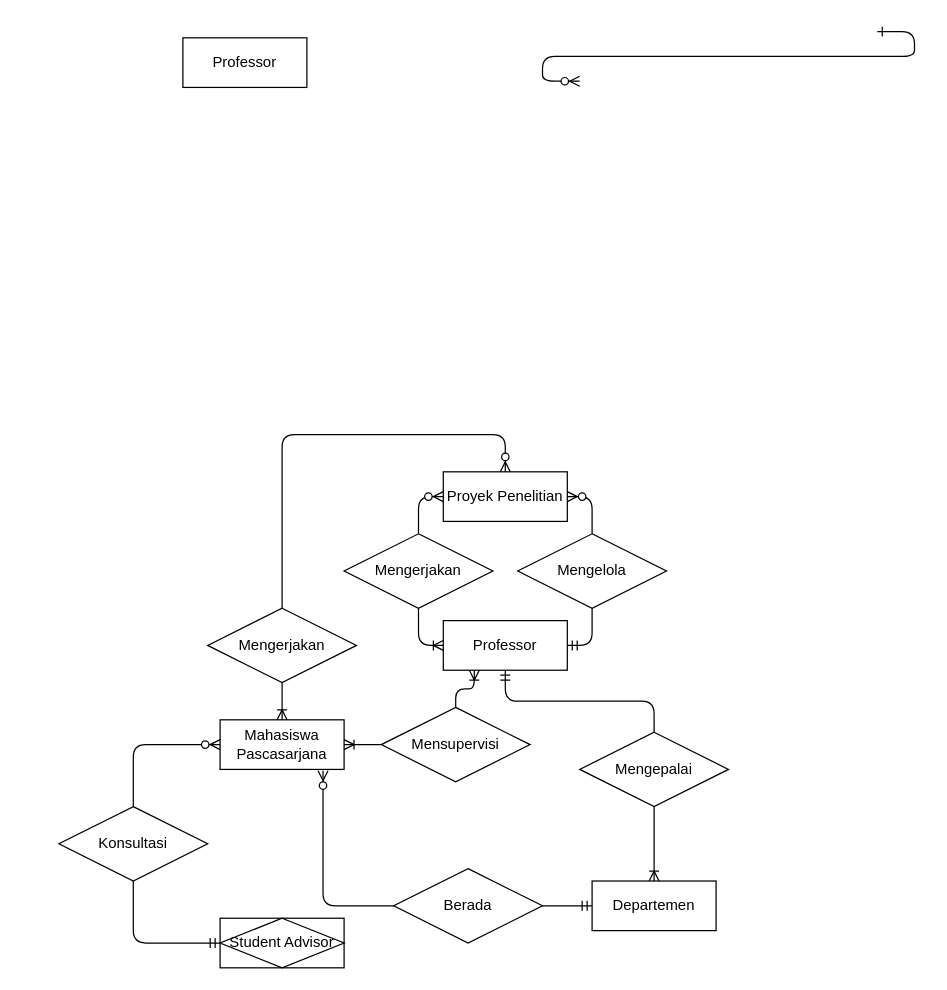
Before: page "Page-1" (1 of 2) of lkp2.drawio in andrawicaksonoipb/Basis-Data, a draw.io diagram. Source tidied: cells renumbered, new cells numbered last; positions are measured from the earlier drawing's top-left corner, leaving out a move shared by most shapes. Both pictures are drawn from the tidied source at 124%, with x=0, y=0 at pixel (58, 31).
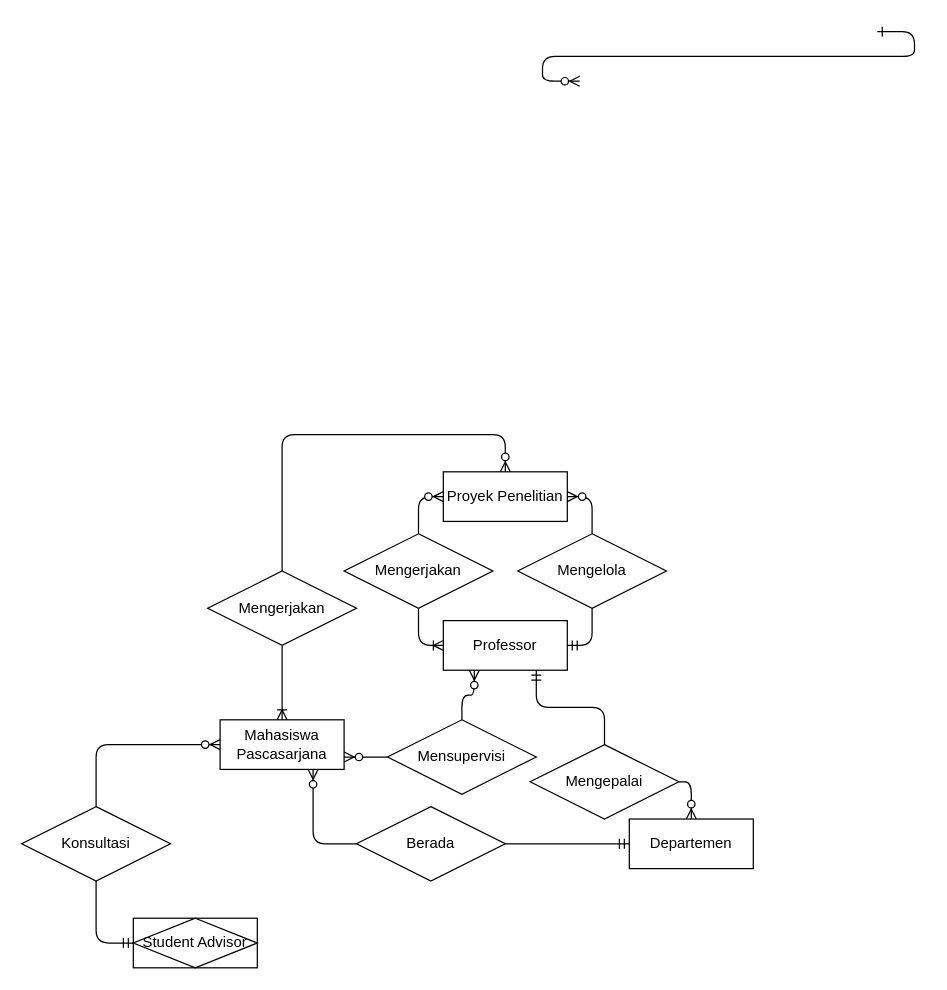
The same page after the edit.

Unchanged cells that the change refers to:
```xml
<mxCell id="4" value="Professor" style="whiteSpace=wrap;html=1;align=center;" parent="1" vertex="1">
  <mxGeometry x="310" y="475" width="100" height="40" as="geometry" />
</mxCell>
<mxCell id="5" value="Proyek Penelitian" style="whiteSpace=wrap;html=1;align=center;" parent="1" vertex="1">
  <mxGeometry x="310" y="355" width="100" height="40" as="geometry" />
</mxCell>
<mxCell id="6" value="Mahasiswa Pascasarjana" style="whiteSpace=wrap;html=1;align=center;" parent="1" vertex="1">
  <mxGeometry x="130" y="555" width="100" height="40" as="geometry" />
</mxCell>
```

Change to the diagram source:
```diff
@@
-    <mxCell id="3" value="Professor" style="whiteSpace=wrap;html=1;align=center;" parent="1" vertex="1">
-      <mxGeometry x="100" y="5" width="100" height="40" as="geometry" />
-    </mxCell>
@@
     <mxCell id="7" value="Departemen" style="whiteSpace=wrap;html=1;align=center;" parent="1" vertex="1">
-      <mxGeometry x="430" y="685" width="100" height="40" as="geometry" />
+      <mxGeometry x="460" y="635" width="100" height="40" as="geometry" />
     </mxCell>
@@
-    <mxCell id="14" style="fontSize=12;html=1;endArrow=ERoneToMany;entryX=0.5;entryY=0;entryDx=0;entryDy=0;edgeStyle=orthogonalEdgeStyle;exitX=0.5;exitY=0.917;exitDx=0;exitDy=0;exitPerimeter=0;" parent="1" edge="1" source="25" target="6">
+    <mxCell id="14" style="fontSize=12;html=1;endArrow=ERoneToMany;entryX=0.5;entryY=0;entryDx=0;entryDy=0;edgeStyle=orthogonalEdgeStyle;exitX=0.5;exitY=1;exitDx=0;exitDy=0;" parent="1" edge="1" source="25" target="6">
       <mxGeometry relative="1" as="geometry" />
     </mxCell>
-    <mxCell id="15" value="Mensupervisi" style="shape=rhombus;perimeter=rhombusPerimeter;whiteSpace=wrap;html=1;align=center;" parent="1" vertex="1">
-      <mxGeometry x="260" y="545" width="120" height="60" as="geometry" />
-    </mxCell>
-    <mxCell id="16" style="fontSize=12;html=1;endArrow=ERoneToMany;entryX=0.25;entryY=1;entryDx=0;entryDy=0;exitX=0.5;exitY=0;exitDx=0;exitDy=0;edgeStyle=orthogonalEdgeStyle;" parent="1" edge="1" source="15" target="4">
-      <mxGeometry relative="1" as="geometry" />
-    </mxCell>
-    <mxCell id="17" style="edgeStyle=entityRelationEdgeStyle;fontSize=12;html=1;endArrow=ERoneToMany;entryX=1;entryY=0.5;entryDx=0;entryDy=0;exitX=0;exitY=0.5;exitDx=0;exitDy=0;" parent="1" edge="1" source="15" target="6">
-      <mxGeometry relative="1" as="geometry" />
-    </mxCell>
     <mxCell id="18" value="Mengepalai" style="shape=rhombus;perimeter=rhombusPerimeter;whiteSpace=wrap;html=1;align=center;" parent="1" vertex="1">
-      <mxGeometry x="420" y="565" width="120" height="60" as="geometry" />
+      <mxGeometry x="380" y="575" width="120" height="60" as="geometry" />
     </mxCell>
-    <mxCell id="19" style="edgeStyle=orthogonalEdgeStyle;fontSize=12;html=1;endArrow=ERmandOne;entryX=0.5;entryY=1;entryDx=0;entryDy=0;exitX=0.5;exitY=0;exitDx=0;exitDy=0;" parent="1" edge="1" source="18" target="4">
+    <mxCell id="19" style="edgeStyle=orthogonalEdgeStyle;fontSize=12;html=1;endArrow=ERmandOne;entryX=0.75;entryY=1;entryDx=0;entryDy=0;exitX=0.5;exitY=0;exitDx=0;exitDy=0;" parent="1" edge="1" source="18" target="4">
       <mxGeometry relative="1" as="geometry" />
     </mxCell>
-    <mxCell id="20" style="fontSize=12;html=1;endArrow=ERoneToMany;entryX=0.5;entryY=0;entryDx=0;entryDy=0;exitX=0.5;exitY=1;exitDx=0;exitDy=0;edgeStyle=orthogonalEdgeStyle;" parent="1" edge="1" source="18" target="7">
-      <mxGeometry relative="1" as="geometry" />
-    </mxCell>
     <mxCell id="21" value="Student Advisor" style="shape=associativeEntity;whiteSpace=wrap;html=1;align=center;" parent="1" vertex="1">
-      <mxGeometry x="130" y="715" width="100" height="40" as="geometry" />
+      <mxGeometry x="60" y="715" width="100" height="40" as="geometry" />
     </mxCell>
     <mxCell id="22" value="Konsultasi" style="shape=rhombus;perimeter=rhombusPerimeter;whiteSpace=wrap;html=1;align=center;" parent="1" vertex="1">
-      <mxGeometry y="625" width="120" height="60" as="geometry" />
+      <mxGeometry x="-30" y="625" width="120" height="60" as="geometry" />
     </mxCell>
@@
-    <mxCell id="25" value="Mengerjakan" style="shape=rhombus;perimeter=rhombusPerimeter;whiteSpace=wrap;html=1;align=center;" parent="1" vertex="1">
-      <mxGeometry x="120" y="465" width="120" height="60" as="geometry" />
-    </mxCell>
-    <mxCell id="26" style="edgeStyle=orthogonalEdgeStyle;fontSize=12;html=1;endArrow=ERzeroToMany;endFill=1;exitX=0.5;exitY=0;exitDx=0;exitDy=0;entryX=0.5;entryY=0;entryDx=0;entryDy=0;" parent="1" edge="1" source="25" target="5">
-      <mxGeometry relative="1" as="geometry">
-        <Array as="points">
-          <mxPoint x="180" y="325" />
-          <mxPoint x="360" y="325" />
-        </Array>
-      </mxGeometry>
-    </mxCell>
-    <mxCell id="27" style="edgeStyle=entityRelationEdgeStyle;fontSize=12;html=1;endArrow=ERmandOne;entryX=0;entryY=0.5;entryDx=0;entryDy=0;exitX=1;exitY=0.5;exitDx=0;exitDy=0;" parent="1" edge="1" source="28" target="7">
+    <mxCell id="27" style="edgeStyle=entityRelationEdgeStyle;fontSize=12;html=1;endArrow=ERmandOne;entryX=0;entryY=0.5;entryDx=0;entryDy=0;" parent="1" edge="1" source="28" target="7">
       <mxGeometry relative="1" as="geometry" />
     </mxCell>
     <mxCell id="28" value="Berada" style="shape=rhombus;perimeter=rhombusPerimeter;whiteSpace=wrap;html=1;align=center;" parent="1" vertex="1">
-      <mxGeometry x="270" y="675" width="120" height="60" as="geometry" />
+      <mxGeometry x="240" y="625" width="120" height="60" as="geometry" />
     </mxCell>
-    <mxCell id="29" style="edgeStyle=orthogonalEdgeStyle;fontSize=12;html=1;endArrow=ERzeroToMany;endFill=1;entryX=0.83;entryY=1.025;entryDx=0;entryDy=0;exitX=0;exitY=0.5;exitDx=0;exitDy=0;entryPerimeter=0;" parent="1" edge="1" source="28" target="6">
+    <mxCell id="29" style="edgeStyle=orthogonalEdgeStyle;fontSize=12;html=1;endArrow=ERzeroToMany;endFill=1;exitX=0;exitY=0.5;exitDx=0;exitDy=0;entryX=0.75;entryY=1;entryDx=0;entryDy=0;" parent="1" edge="1" source="28" target="6">
       <mxGeometry relative="1" as="geometry" />
     </mxCell>
+    <mxCell id="20" style="edgeStyle=orthogonalEdgeStyle;fontSize=12;html=1;endArrow=ERzeroToMany;endFill=1;exitX=1;exitY=0.5;exitDx=0;exitDy=0;entryX=0.5;entryY=0;entryDx=0;entryDy=0;" parent="1" edge="1" source="18" target="7">
+      <mxGeometry relative="1" as="geometry" />
+    </mxCell>
+    <mxCell id="15" value="Mensupervisi" style="shape=rhombus;perimeter=rhombusPerimeter;whiteSpace=wrap;html=1;align=center;" parent="1" vertex="1">
+      <mxGeometry x="265" y="555" width="120" height="60" as="geometry" />
+    </mxCell>
+    <mxCell id="16" style="edgeStyle=orthogonalEdgeStyle;fontSize=12;html=1;endArrow=ERzeroToMany;endFill=1;entryX=0.25;entryY=1;entryDx=0;entryDy=0;exitX=0.5;exitY=0;exitDx=0;exitDy=0;" parent="1" edge="1" source="15" target="4">
+      <mxGeometry relative="1" as="geometry" />
+    </mxCell>
+    <mxCell id="17" style="edgeStyle=orthogonalEdgeStyle;fontSize=12;html=1;endArrow=ERzeroToMany;endFill=1;entryX=1;entryY=0.75;entryDx=0;entryDy=0;exitX=0;exitY=0.5;exitDx=0;exitDy=0;" parent="1" edge="1" source="15" target="6">
+      <mxGeometry relative="1" as="geometry" />
+    </mxCell>
+    <mxCell id="25" value="Mengerjakan" style="shape=rhombus;perimeter=rhombusPerimeter;whiteSpace=wrap;html=1;align=center;" parent="1" vertex="1">
+      <mxGeometry x="120" y="435" width="120" height="60" as="geometry" />
+    </mxCell>
+    <mxCell id="26" style="edgeStyle=orthogonalEdgeStyle;fontSize=12;html=1;endArrow=ERzeroToMany;endFill=1;exitX=0.5;exitY=0;exitDx=0;exitDy=0;entryX=0.5;entryY=0;entryDx=0;entryDy=0;" parent="1" edge="1" source="25" target="5">
+      <mxGeometry relative="1" as="geometry">
+        <Array as="points">
+          <mxPoint x="180" y="325" />
+          <mxPoint x="360" y="325" />
+        </Array>
+      </mxGeometry>
+    </mxCell>
```
